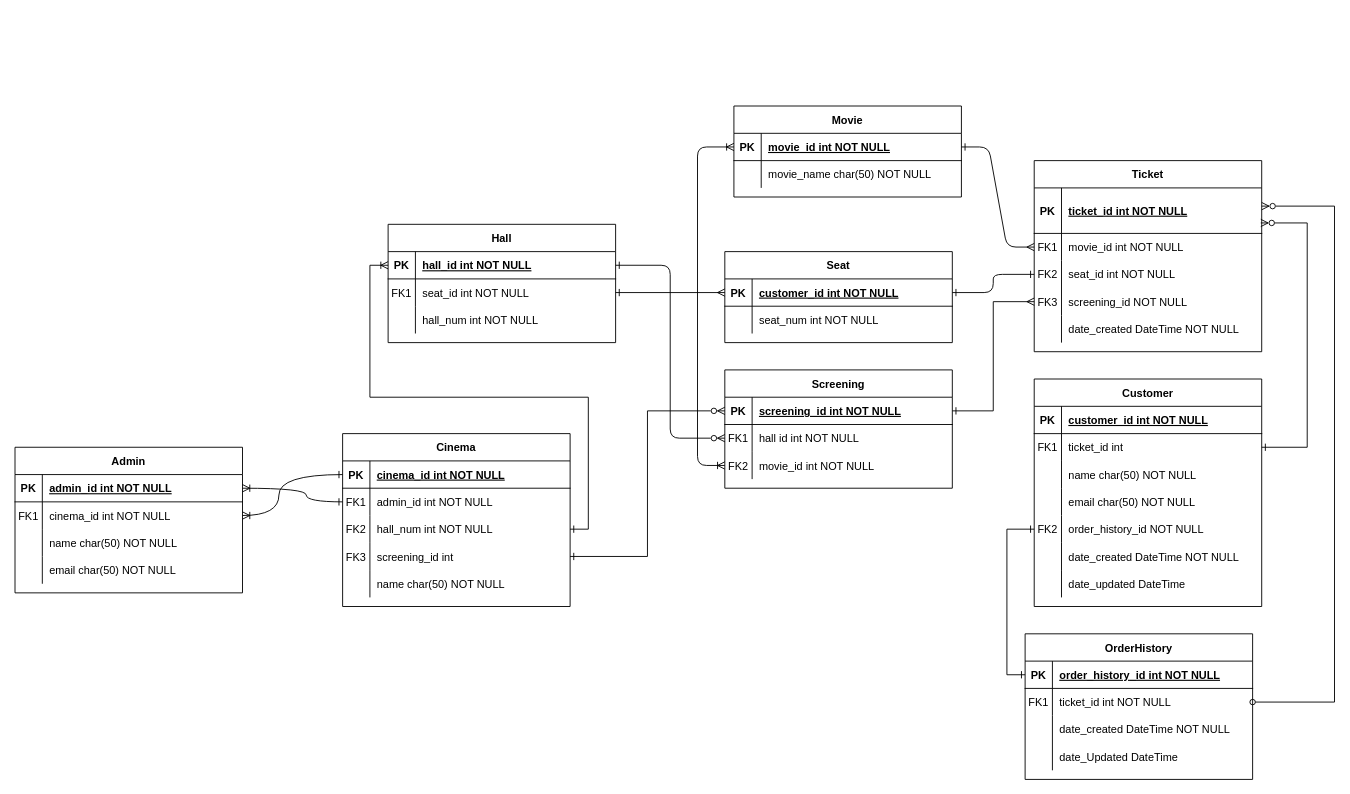
Before: Untitled Diagram(1).drawio in boolean-uk/database-design, a draw.io diagram. Source tidied: cells renumbered, new cells numbered last; positions are measured from the earlier drawing's top-left corner, leaving out a move shared by most shapes. Both pictures are drawn from the tidied source at 91%, with x=0, y=0 at pixel (15, 106).
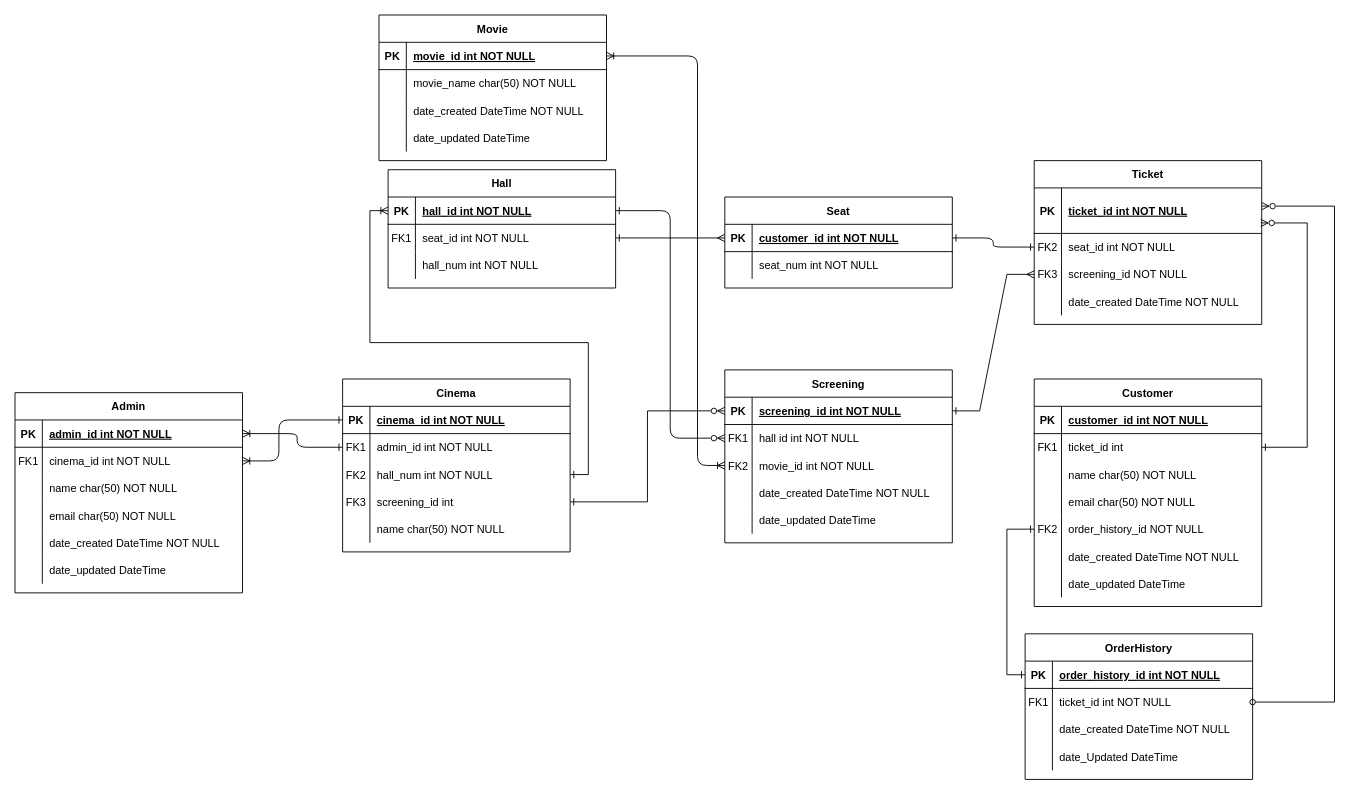
The same diagram, later.

The change refers to these unchanged cells:
```xml
<mxCell id="42" style="shape=partialRectangle;fillColor=none;points=[[0,0.5],[1,0.5]];portConstraint=eastwest;top=0;left=0;right=0;bottom=1;" parent="41" vertex="1">
  <mxGeometry y="30" width="250" height="30" as="geometry" />
</mxCell>
<mxCell id="84" style="shape=partialRectangle;fillColor=none;points=[[0,0.5],[1,0.5]];portConstraint=eastwest;top=0;left=0;right=0;bottom=1;" parent="83" vertex="1">
  <mxGeometry y="30" width="250" height="30" as="geometry" />
</mxCell>
<mxCell id="90" style="shape=partialRectangle;fillColor=none;points=[[0,0.5],[1,0.5]];portConstraint=eastwest;top=0;left=0;right=0;bottom=0;" parent="83" vertex="1">
  <mxGeometry y="90" width="250" height="30" as="geometry" />
</mxCell>
<mxCell id="97" style="shape=partialRectangle;fillColor=none;points=[[0,0.5],[1,0.5]];portConstraint=eastwest;top=0;left=0;right=0;bottom=1;" parent="96" vertex="1">
  <mxGeometry y="30" width="250" height="30" as="geometry" />
</mxCell>
<mxCell id="100" style="shape=partialRectangle;fillColor=none;points=[[0,0.5],[1,0.5]];portConstraint=eastwest;top=0;left=0;right=0;bottom=0;" parent="96" vertex="1">
  <mxGeometry y="60" width="250" height="30" as="geometry" />
</mxCell>
<mxCell id="113" style="shape=partialRectangle;fillColor=none;points=[[0,0.5],[1,0.5]];portConstraint=eastwest;top=0;left=0;right=0;bottom=1;" parent="112" vertex="1">
  <mxGeometry y="30" width="250" height="30" as="geometry" />
</mxCell>
<mxCell id="116" style="shape=partialRectangle;fillColor=none;points=[[0,0.5],[1,0.5]];portConstraint=eastwest;top=0;left=0;right=0;bottom=0;" parent="112" vertex="1">
  <mxGeometry y="60" width="250" height="30" as="geometry" />
</mxCell>
```

The edit, as a diff of the source:
```diff
@@
-    <mxCell id="2" style="edgeStyle=entityRelationEdgeStyle;endArrow=ERmany;startArrow=ERone;endFill=0;startFill=0;entryX=0;entryY=0.5;entryDx=0;entryDy=0;" parent="1" edge="1" source="42" target="7">
-      <mxGeometry relative="1" as="geometry" />
-    </mxCell>
     <mxCell id="3" value="Ticket" style="shape=table;startSize=30;childLayout=tableLayout;rowLines=0;fontStyle=1;align=center;" parent="1" vertex="1">
-      <mxGeometry x="1120" y="60" width="250" height="210" as="geometry" />
+      <mxGeometry x="1120" y="60" width="250" height="180" as="geometry" />
     </mxCell>
@@
-    <mxCell id="7" style="shape=partialRectangle;fillColor=none;points=[[0,0.5],[1,0.5]];portConstraint=eastwest;top=0;left=0;right=0;bottom=0;" parent="3" vertex="1">
-      <mxGeometry y="80" width="250" height="30" as="geometry" />
-    </mxCell>
-    <mxCell id="8" value="FK1" style="shape=partialRectangle;overflow=hidden;fillColor=none;top=0;left=0;bottom=0;right=0;" parent="7" vertex="1">
-      <mxGeometry width="30" height="30" as="geometry" />
-    </mxCell>
-    <mxCell id="9" value="movie_id int NOT NULL" style="shape=partialRectangle;overflow=hidden;fillColor=none;top=0;left=0;bottom=0;right=0;align=left;spacingLeft=6;" parent="7" vertex="1">
-      <mxGeometry x="30" width="220" height="30" as="geometry" />
-    </mxCell>
     <mxCell id="10" style="shape=partialRectangle;fillColor=none;points=[[0,0.5],[1,0.5]];portConstraint=eastwest;top=0;left=0;right=0;bottom=0;" parent="3" vertex="1">
-      <mxGeometry y="110" width="250" height="30" as="geometry" />
+      <mxGeometry y="80" width="250" height="30" as="geometry" />
     </mxCell>
@@
     <mxCell id="13" style="shape=partialRectangle;fillColor=none;points=[[0,0.5],[1,0.5]];portConstraint=eastwest;top=0;left=0;right=0;bottom=0;" parent="3" vertex="1">
-      <mxGeometry y="140" width="250" height="30" as="geometry" />
+      <mxGeometry y="110" width="250" height="30" as="geometry" />
     </mxCell>
@@
     <mxCell id="16" style="shape=partialRectangle;fillColor=none;top=0;left=0;right=0;bottom=0;" parent="3" vertex="1">
-      <mxGeometry y="170" width="250" height="30" as="geometry" />
+      <mxGeometry y="140" width="250" height="30" as="geometry" />
     </mxCell>
@@
     <mxCell id="41" value="Movie" style="shape=table;startSize=30;childLayout=tableLayout;rowLines=0;fontStyle=1;align=center;" parent="1" vertex="1">
-      <mxGeometry x="790" width="250" height="100" as="geometry" />
+      <mxGeometry x="400" y="-100" width="250" height="160" as="geometry" />
     </mxCell>
@@
+    <mxCell id="129" style="shape=partialRectangle;fillColor=none;top=0;left=0;right=0;bottom=0;" parent="41" vertex="1">
+      <mxGeometry y="90" width="250" height="30" as="geometry" />
+    </mxCell>
+    <mxCell id="130" style="shape=partialRectangle;overflow=hidden;fillColor=none;top=0;left=0;bottom=0;right=0;" parent="129" vertex="1">
+      <mxGeometry width="30" height="30" as="geometry" />
+    </mxCell>
+    <mxCell id="131" value="date_created DateTime NOT NULL" style="shape=partialRectangle;overflow=hidden;fillColor=none;top=0;left=0;bottom=0;right=0;align=left;spacingLeft=6;" parent="129" vertex="1">
+      <mxGeometry x="30" width="220" height="30" as="geometry" />
+    </mxCell>
+    <mxCell id="132" style="shape=partialRectangle;fillColor=none;top=0;left=0;right=0;bottom=0;" parent="41" vertex="1">
+      <mxGeometry y="120" width="250" height="30" as="geometry" />
+    </mxCell>
+    <mxCell id="133" style="shape=partialRectangle;overflow=hidden;fillColor=none;top=0;left=0;bottom=0;right=0;" parent="132" vertex="1">
+      <mxGeometry width="30" height="30" as="geometry" />
+    </mxCell>
+    <mxCell id="134" value="date_updated DateTime" style="shape=partialRectangle;overflow=hidden;fillColor=none;top=0;left=0;bottom=0;right=0;align=left;spacingLeft=6;" parent="132" vertex="1">
+      <mxGeometry x="30" width="220" height="30" as="geometry" />
+    </mxCell>
     <mxCell id="48" value="Seat" style="shape=table;startSize=30;childLayout=tableLayout;rowLines=0;fontStyle=1;align=center;" parent="1" vertex="1">
-      <mxGeometry x="780" y="160" width="250" height="100" as="geometry" />
+      <mxGeometry x="780" y="100" width="250" height="100" as="geometry" />
     </mxCell>
@@
     <mxCell id="55" value="Hall" style="shape=table;startSize=30;childLayout=tableLayout;rowLines=0;fontStyle=1;align=center;" parent="1" vertex="1">
-      <mxGeometry x="410" y="130" width="250" height="130" as="geometry" />
+      <mxGeometry x="410" y="70" width="250" height="130" as="geometry" />
     </mxCell>
@@
     <mxCell id="83" value="Screening" style="shape=table;startSize=30;childLayout=tableLayout;rowLines=0;fontStyle=1;align=center;" parent="1" vertex="1">
-      <mxGeometry x="780" y="290" width="250" height="130" as="geometry" />
+      <mxGeometry x="780" y="290" width="250" height="190" as="geometry" />
     </mxCell>
@@
+    <mxCell id="135" style="shape=partialRectangle;fillColor=none;top=0;left=0;right=0;bottom=0;" parent="83" vertex="1">
+      <mxGeometry y="120" width="250" height="30" as="geometry" />
+    </mxCell>
+    <mxCell id="136" style="shape=partialRectangle;overflow=hidden;fillColor=none;top=0;left=0;bottom=0;right=0;" parent="135" vertex="1">
+      <mxGeometry width="30" height="30" as="geometry" />
+    </mxCell>
+    <mxCell id="137" value="date_created DateTime NOT NULL" style="shape=partialRectangle;overflow=hidden;fillColor=none;top=0;left=0;bottom=0;right=0;align=left;spacingLeft=6;" parent="135" vertex="1">
+      <mxGeometry x="30" width="220" height="30" as="geometry" />
+    </mxCell>
+    <mxCell id="138" style="shape=partialRectangle;fillColor=none;top=0;left=0;right=0;bottom=0;" parent="83" vertex="1">
+      <mxGeometry y="150" width="250" height="30" as="geometry" />
+    </mxCell>
+    <mxCell id="139" style="shape=partialRectangle;overflow=hidden;fillColor=none;top=0;left=0;bottom=0;right=0;" parent="138" vertex="1">
+      <mxGeometry width="30" height="30" as="geometry" />
+    </mxCell>
+    <mxCell id="140" value="date_updated DateTime" style="shape=partialRectangle;overflow=hidden;fillColor=none;top=0;left=0;bottom=0;right=0;align=left;spacingLeft=6;" parent="138" vertex="1">
+      <mxGeometry x="30" width="220" height="30" as="geometry" />
+    </mxCell>
-    <mxCell id="93" style="edgeStyle=orthogonalEdgeStyle;rounded=0;jettySize=auto;html=1;entryX=1;entryY=0.5;entryDx=0;entryDy=0;startArrow=ERmany;startFill=0;endArrow=ERone;endFill=0;" parent="1" edge="1" source="13" target="84">
+    <mxCell id="93" style="edgeStyle=entityRelationEdgeStyle;rounded=0;jettySize=auto;html=1;entryX=1;entryY=0.5;entryDx=0;entryDy=0;startArrow=ERmany;startFill=0;endArrow=ERone;endFill=0;" parent="1" edge="1" source="13" target="84">
       <mxGeometry relative="1" as="geometry" />
     </mxCell>
@@
-    <mxCell id="95" style="edgeStyle=orthogonalEdgeStyle;rounded=1;jettySize=auto;html=1;entryX=0;entryY=0.5;entryDx=0;entryDy=0;curved=0;endArrow=ERoneToMany;endFill=0;startArrow=ERoneToMany;startFill=0;" parent="1" edge="1" source="90" target="42">
+    <mxCell id="95" style="edgeStyle=orthogonalEdgeStyle;rounded=1;jettySize=auto;html=1;curved=0;endArrow=ERoneToMany;endFill=0;startArrow=ERoneToMany;startFill=0;entryX=1;entryY=0.5;entryDx=0;entryDy=0;" parent="1" edge="1" source="90" target="42">
       <mxGeometry relative="1" as="geometry">
         <Array as="points">
           <mxPoint x="750" y="395" />
-          <mxPoint x="750" y="45" />
+          <mxPoint x="750" y="-55" />
         </Array>
       </mxGeometry>
     </mxCell>
     <mxCell id="96" value="Cinema" style="shape=table;startSize=30;childLayout=tableLayout;rowLines=0;fontStyle=1;align=center;" parent="1" vertex="1">
-      <mxGeometry x="360" y="360" width="250" height="190" as="geometry" />
+      <mxGeometry x="360" y="300" width="250" height="190" as="geometry" />
     </mxCell>
@@
     <mxCell id="112" value="Admin" style="shape=table;startSize=30;childLayout=tableLayout;rowLines=0;fontStyle=1;align=center;" parent="1" vertex="1">
-      <mxGeometry y="375" width="250" height="160" as="geometry" />
+      <mxGeometry y="315" width="250" height="220" as="geometry" />
     </mxCell>
@@
+    <mxCell id="141" style="shape=partialRectangle;fillColor=none;top=0;left=0;right=0;bottom=0;" parent="112" vertex="1">
+      <mxGeometry y="150" width="250" height="30" as="geometry" />
+    </mxCell>
+    <mxCell id="142" style="shape=partialRectangle;overflow=hidden;fillColor=none;top=0;left=0;bottom=0;right=0;" parent="141" vertex="1">
+      <mxGeometry width="30" height="30" as="geometry" />
+    </mxCell>
+    <mxCell id="143" value="date_created DateTime NOT NULL" style="shape=partialRectangle;overflow=hidden;fillColor=none;top=0;left=0;bottom=0;right=0;align=left;spacingLeft=6;" parent="141" vertex="1">
+      <mxGeometry x="30" width="220" height="30" as="geometry" />
+    </mxCell>
+    <mxCell id="144" style="shape=partialRectangle;fillColor=none;top=0;left=0;right=0;bottom=0;" parent="112" vertex="1">
+      <mxGeometry y="180" width="250" height="30" as="geometry" />
+    </mxCell>
+    <mxCell id="145" style="shape=partialRectangle;overflow=hidden;fillColor=none;top=0;left=0;bottom=0;right=0;" parent="144" vertex="1">
+      <mxGeometry width="30" height="30" as="geometry" />
+    </mxCell>
+    <mxCell id="146" value="date_updated DateTime" style="shape=partialRectangle;overflow=hidden;fillColor=none;top=0;left=0;bottom=0;right=0;align=left;spacingLeft=6;" parent="144" vertex="1">
+      <mxGeometry x="30" width="220" height="30" as="geometry" />
+    </mxCell>
-    <mxCell id="125" style="edgeStyle=orthogonalEdgeStyle;rounded=0;jettySize=auto;html=1;exitX=0;exitY=0.5;exitDx=0;exitDy=0;entryX=1;entryY=0.5;entryDx=0;entryDy=0;endArrow=ERoneToMany;endFill=0;startArrow=ERone;startFill=0;curved=1;" parent="1" edge="1" source="100" target="113">
+    <mxCell id="125" style="edgeStyle=orthogonalEdgeStyle;rounded=1;jettySize=auto;html=1;exitX=0;exitY=0.5;exitDx=0;exitDy=0;entryX=1;entryY=0.5;entryDx=0;entryDy=0;endArrow=ERoneToMany;endFill=0;startArrow=ERone;startFill=0;curved=0;" parent="1" edge="1" source="100" target="113">
       <mxGeometry relative="1" as="geometry">
         <Array as="points">
-          <mxPoint x="320" y="435" />
-          <mxPoint x="320" y="420" />
+          <mxPoint x="310" y="375" />
+          <mxPoint x="310" y="360" />
         </Array>
       </mxGeometry>
     </mxCell>
@@
-    <mxCell id="128" style="edgeStyle=orthogonalEdgeStyle;rounded=0;jettySize=auto;html=1;entryX=0;entryY=0.5;entryDx=0;entryDy=0;curved=1;endArrow=ERone;endFill=0;startArrow=ERoneToMany;startFill=0;" parent="1" edge="1" source="116" target="97">
+    <mxCell id="128" style="edgeStyle=orthogonalEdgeStyle;rounded=1;jettySize=auto;html=1;entryX=0;entryY=0.5;entryDx=0;entryDy=0;endArrow=ERone;endFill=0;startArrow=ERoneToMany;startFill=0;curved=0;" parent="1" edge="1" source="116" target="97">
       <mxGeometry relative="1" as="geometry">
         <Array as="points">
-          <mxPoint x="290" y="450" />
-          <mxPoint x="290" y="405" />
+          <mxPoint x="290" y="390" />
+          <mxPoint x="290" y="345" />
         </Array>
       </mxGeometry>
     </mxCell>
```
